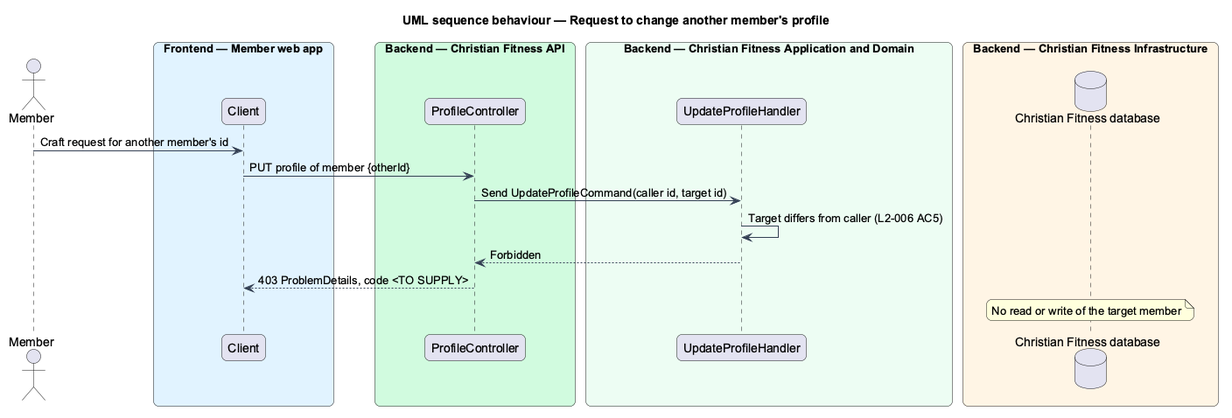
Above: docs/detailed-designs/member-profile/edit-profile/diagrams/sequence-refuse-other-member.png in QuinntyneBrown/christian-fitness (PlantUML), before the change.
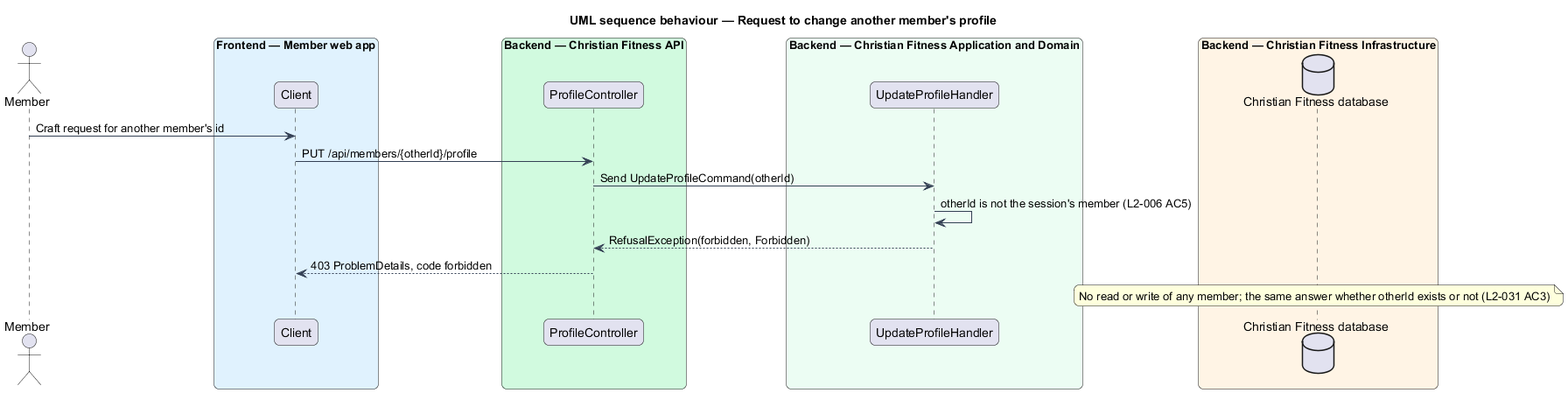
After the change.

The edit, as a diff of the source:
```diff
@@ -28,10 +28,10 @@
   database "Christian Fitness database" as db
 end box
 actor -> client : Craft request for another member's id
-client -> ctrl : PUT profile of member {otherId}
-ctrl -> h : Send UpdateProfileCommand(caller id, target id)
-h -> h : Target differs from caller (L2-006 AC5)
-h --> ctrl : Forbidden
-ctrl --> client : 403 ProblemDetails, code <TO SUPPLY>
-note over db : No read or write of the target member
+client -> ctrl : PUT /api/members/{otherId}/profile
+ctrl -> h : Send UpdateProfileCommand(otherId)
+h -> h : otherId is not the session's member (L2-006 AC5)
+h --> ctrl : RefusalException(forbidden, Forbidden)
+ctrl --> client : 403 ProblemDetails, code forbidden
+note over db : No read or write of any member; the same answer whether otherId exists or not (L2-031 AC3)
 @enduml
```
